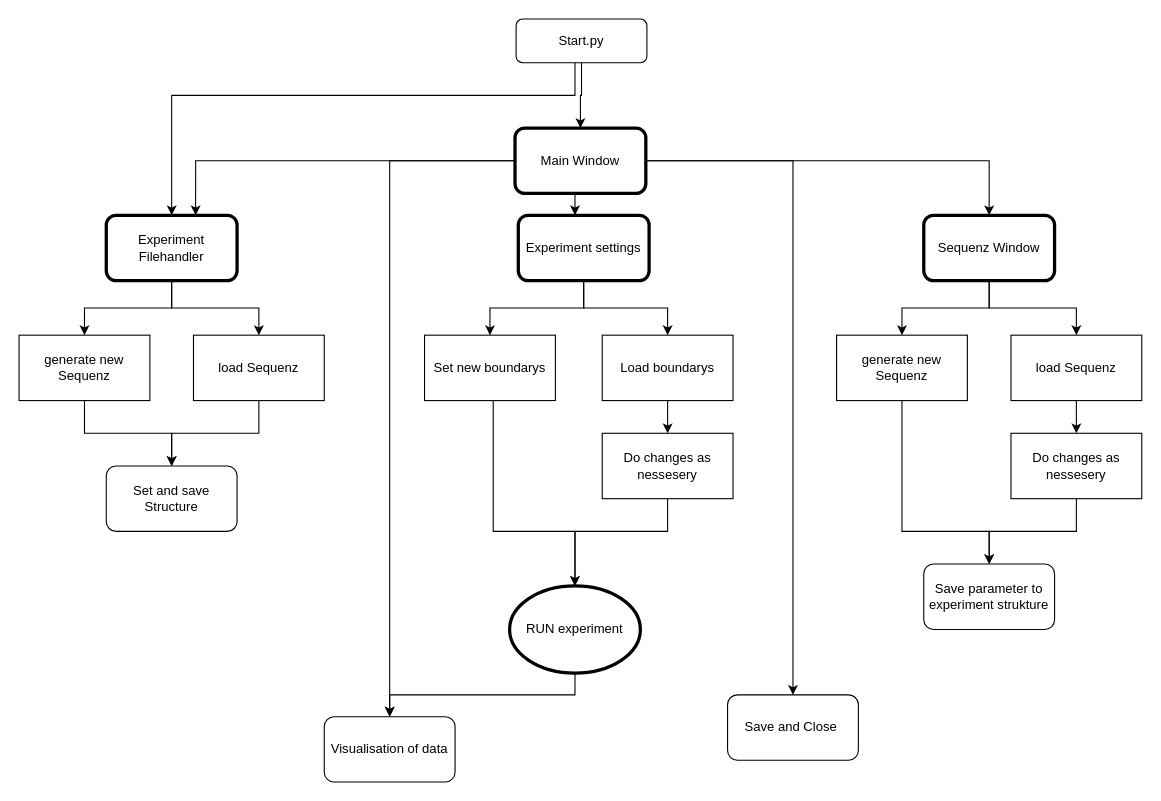
The draw.io diagram images/Untitled Diagram.drawio.xml in OE9NAT/LimeNQR, before the edit. Source tidied: cells renumbered, new cells numbered last; positions are measured from the earlier drawing's top-left corner, leaving out a move shared by most shapes. Both pictures are drawn from the tidied source at 109%, with x=0, y=0 at pixel (19, 19).
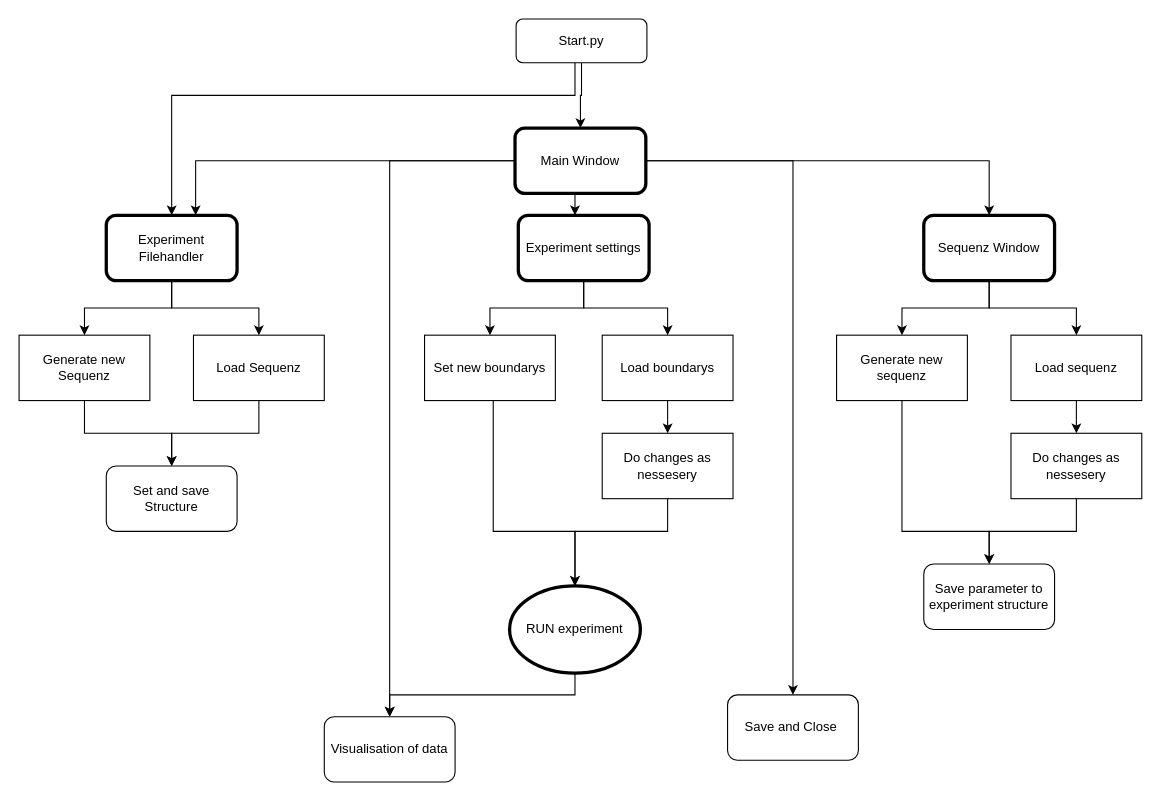
After the change.

Diff of the diagram source:
```diff
@@
-    <mxCell id="15" value="generate new Sequenz" style="rounded=0;whiteSpace=wrap;html=1;" parent="1" vertex="1">
+    <mxCell id="15" value="Generate new sequenz" style="rounded=0;whiteSpace=wrap;html=1;" parent="1" vertex="1">
       <mxGeometry x="750" y="290" width="120" height="60" as="geometry" />
     </mxCell>
@@
-    <mxCell id="17" value="load Sequenz" style="rounded=0;whiteSpace=wrap;html=1;" parent="1" vertex="1">
+    <mxCell id="17" value="Load sequenz" style="rounded=0;whiteSpace=wrap;html=1;" parent="1" vertex="1">
       <mxGeometry x="910" y="290" width="120" height="60" as="geometry" />
     </mxCell>
@@
-    <mxCell id="20" value="Save parameter to experiment strukture" style="rounded=1;whiteSpace=wrap;html=1;gradientColor=none;" parent="1" vertex="1">
+    <mxCell id="20" value="Save parameter to experiment structure" style="rounded=1;whiteSpace=wrap;html=1;gradientColor=none;" parent="1" vertex="1">
       <mxGeometry x="830" y="500" width="120" height="60" as="geometry" />
     </mxCell>
@@
-    <mxCell id="25" value="generate new Sequenz" style="rounded=0;whiteSpace=wrap;html=1;" parent="1" vertex="1">
+    <mxCell id="25" value="Generate new Sequenz" style="rounded=0;whiteSpace=wrap;html=1;" parent="1" vertex="1">
       <mxGeometry y="290" width="120" height="60" as="geometry" />
     </mxCell>
@@
-    <mxCell id="27" value="load Sequenz" style="rounded=0;whiteSpace=wrap;html=1;" parent="1" vertex="1">
+    <mxCell id="27" value="Load Sequenz" style="rounded=0;whiteSpace=wrap;html=1;" parent="1" vertex="1">
       <mxGeometry x="160" y="290" width="120" height="60" as="geometry" />
     </mxCell>
```
